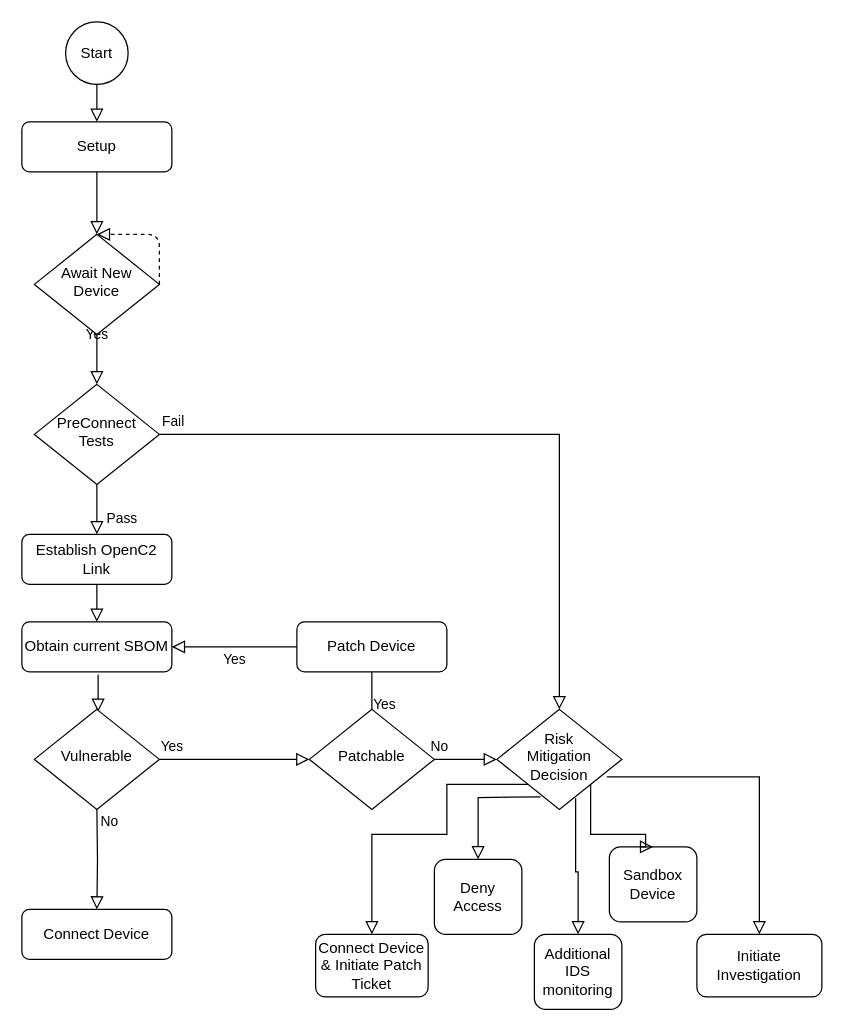
oasis-tcs/openc2-usecases keeps this draw.io diagram as SBOM-PoC/sFractalScenarios/sFractal.1.drawio. Above is the earlier version. Source tidied: cells renumbered, new cells numbered last; positions are measured from the earlier drawing's top-left corner, leaving out a move shared by most shapes. Both pictures are drawn from the tidied source at 125%, with x=0, y=0 at pixel (21, 21).
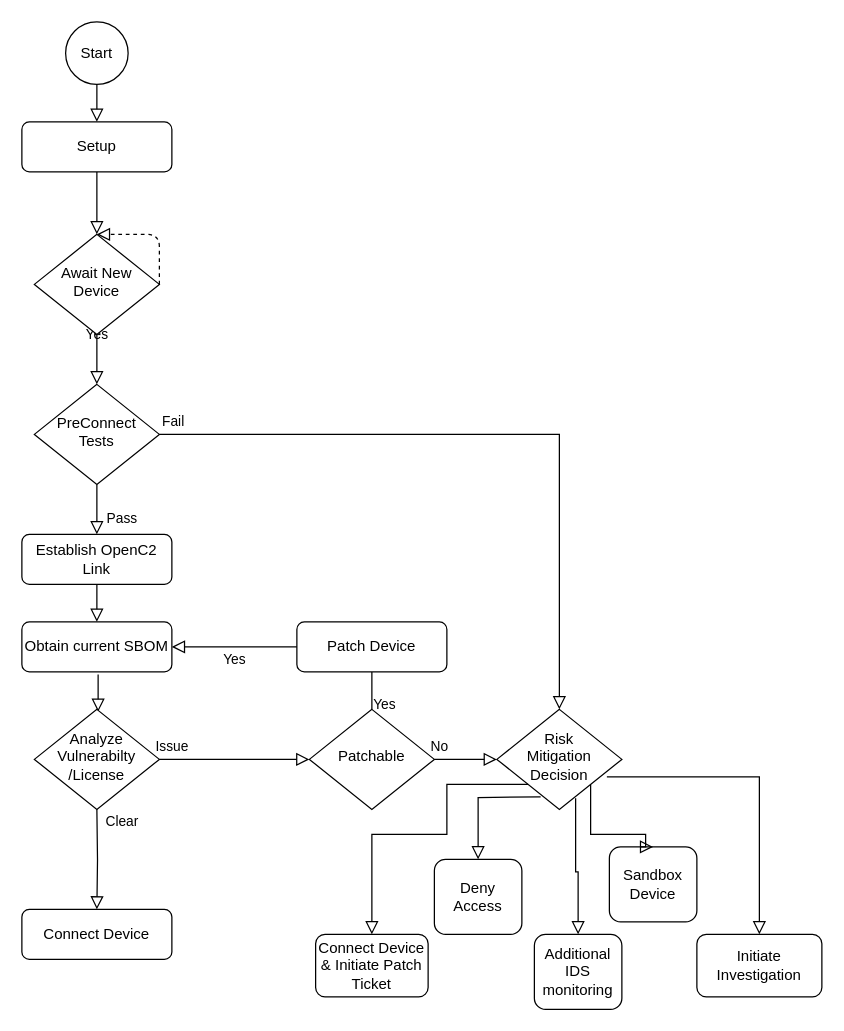
The same diagram, later.

The change refers to these unchanged cells:
```xml
<mxCell id="18" value="Connect Device" style="rounded=1;whiteSpace=wrap;html=1;fontSize=12;glass=0;strokeWidth=1;shadow=0;" parent="1" vertex="1">
  <mxGeometry y="710" width="120" height="40" as="geometry" />
</mxCell>
<mxCell id="20" value="Patchable" style="rhombus;whiteSpace=wrap;html=1;shadow=0;fontFamily=Helvetica;fontSize=12;align=center;strokeWidth=1;spacing=6;spacingTop=-4;" parent="1" vertex="1">
  <mxGeometry x="230" y="550" width="100" height="80" as="geometry" />
</mxCell>
```

Diff of the diagram source:
```diff
@@
-    <mxCell id="16" value="Vulnerable" style="rhombus;whiteSpace=wrap;html=1;shadow=0;fontFamily=Helvetica;fontSize=12;align=center;strokeWidth=1;spacing=6;spacingTop=-4;" parent="1" vertex="1">
+    <mxCell id="16" value="Analyze&lt;br&gt;Vulnerabilty&lt;br&gt;/License" style="rhombus;whiteSpace=wrap;html=1;shadow=0;fontFamily=Helvetica;fontSize=12;align=center;strokeWidth=1;spacing=6;spacingTop=-4;" parent="1" vertex="1">
       <mxGeometry x="10" y="550" width="100" height="80" as="geometry" />
     </mxCell>
-    <mxCell id="17" value="No" style="rounded=0;html=1;jettySize=auto;fontSize=11;endArrow=block;endFill=0;endSize=8;strokeWidth=1;shadow=0;labelBackgroundColor=none;edgeStyle=orthogonalEdgeStyle;entryX=0.5;entryY=0;entryDx=0;entryDy=0;" parent="1" edge="1" target="18">
-      <mxGeometry x="-0.75" y="10" relative="1" as="geometry">
+    <mxCell id="17" value="Clear" style="rounded=0;html=1;jettySize=auto;fontSize=11;endArrow=block;endFill=0;endSize=8;strokeWidth=1;shadow=0;labelBackgroundColor=none;edgeStyle=orthogonalEdgeStyle;entryX=0.5;entryY=0;entryDx=0;entryDy=0;" parent="1" edge="1" target="18">
+      <mxGeometry x="-0.75" y="20" relative="1" as="geometry">
         <mxPoint x="60" y="630" as="sourcePoint" />
       </mxGeometry>
     </mxCell>
@@
-    <mxCell id="19" value="Yes" style="edgeStyle=orthogonalEdgeStyle;rounded=0;html=1;jettySize=auto;fontSize=11;endArrow=block;endFill=0;endSize=8;strokeWidth=1;shadow=0;labelBackgroundColor=none;exitX=1;exitY=0.5;exitDx=0;exitDy=0;entryX=0;entryY=0.5;entryDx=0;entryDy=0;" parent="1" edge="1" source="16" target="20">
+    <mxCell id="19" value="Issue" style="edgeStyle=orthogonalEdgeStyle;rounded=0;html=1;jettySize=auto;fontSize=11;endArrow=block;endFill=0;endSize=8;strokeWidth=1;shadow=0;labelBackgroundColor=none;exitX=1;exitY=0.5;exitDx=0;exitDy=0;entryX=0;entryY=0.5;entryDx=0;entryDy=0;" parent="1" edge="1" source="16" target="20">
       <mxGeometry x="-0.83" y="10" relative="1" as="geometry" />
     </mxCell>
```
